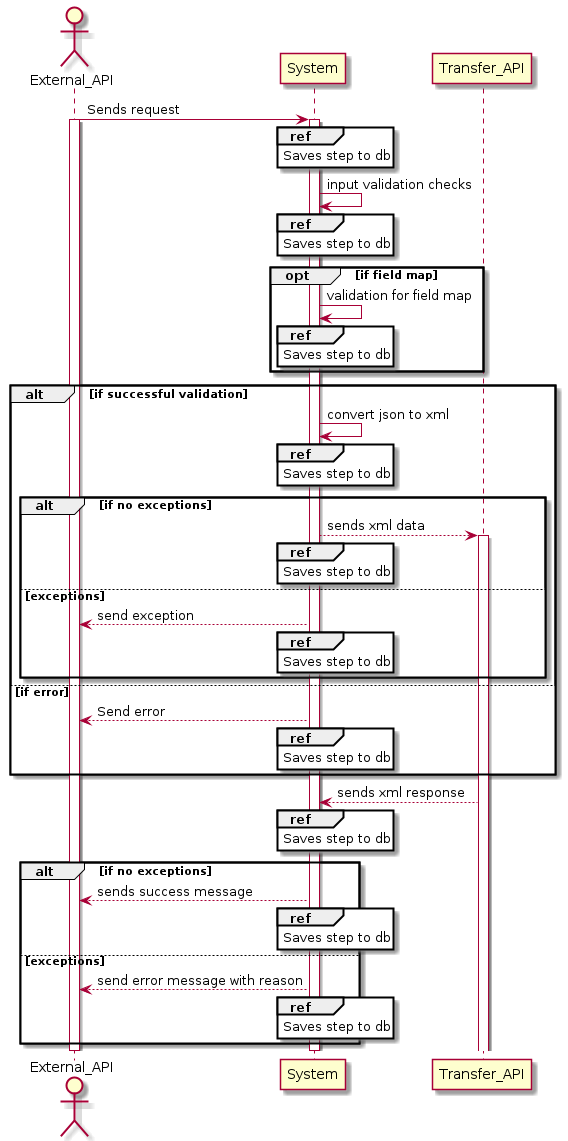
Earlier version of the PlantUML export out/src/doc/uml/uml.png (sadeeqilu/JsonToXML).
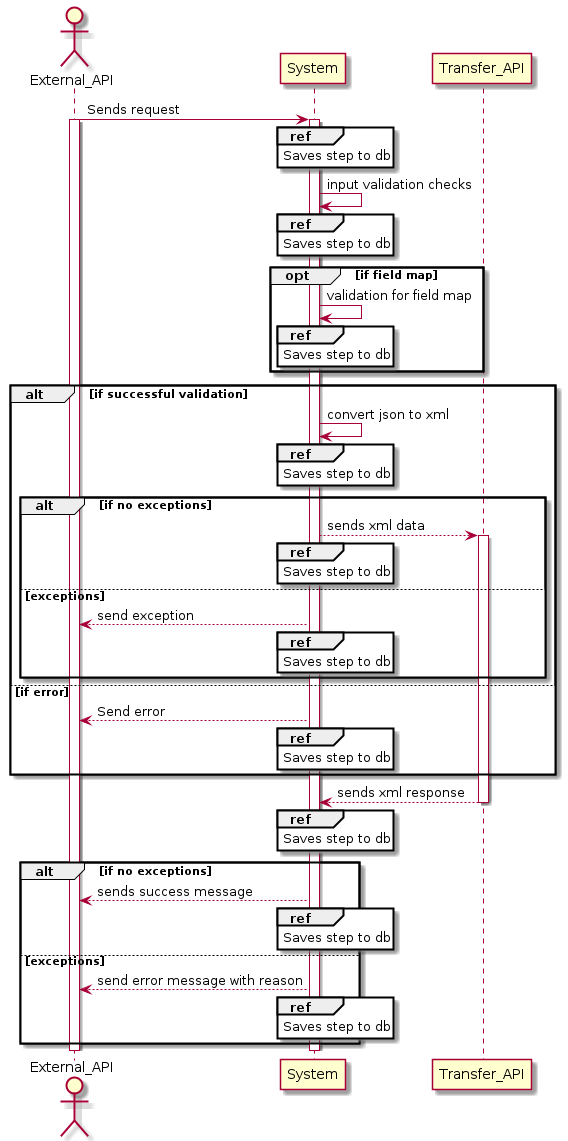
Above is the later version.

Diff of the diagram source:
```diff
@@ -43,6 +43,7 @@
     end ref
 end
 Transfer_API --> System : sends xml response
+deactivate Transfer_API
 ref over System
  Saves step to db
 end ref
@@ -59,5 +60,4 @@
 end
 deactivate External_API
 deactivate System
-deactivate
 @enduml
```
